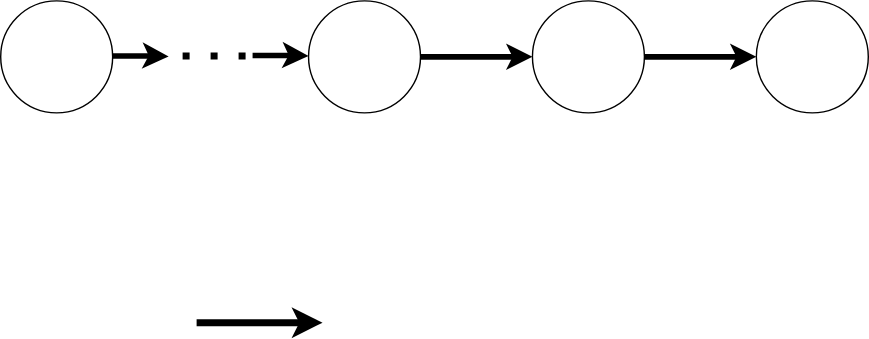
Before: model.svg, a diagram exported from draw.io (qiushirong000/mini_graphic_system). Source tidied: cells renumbered, new cells last; positions are measured from the earlier drawing's top-left corner, leaving out a move shared by most shapes. Source of this version:
```xml
<mxGraphModel>
  <root>
    <mxCell id="0" />
    <mxCell id="1" parent="0" />
    <mxCell id="2" style="edgeStyle=orthogonalEdgeStyle;rounded=0;jettySize=auto;html=1;strokeWidth=4;" parent="1" edge="1" source="3" target="5">
      <mxGeometry relative="1" as="geometry" />
    </mxCell>
    <mxCell id="3" style="ellipse;whiteSpace=wrap;html=1;" parent="1" vertex="1">
      <mxGeometry x="220" width="80" height="80" as="geometry" />
    </mxCell>
    <mxCell id="4" style="edgeStyle=orthogonalEdgeStyle;rounded=0;jettySize=auto;html=1;strokeWidth=4;" parent="1" edge="1" source="5" target="6">
      <mxGeometry relative="1" as="geometry" />
    </mxCell>
    <mxCell id="5" style="ellipse;whiteSpace=wrap;html=1;" parent="1" vertex="1">
      <mxGeometry x="380" width="80" height="80" as="geometry" />
    </mxCell>
    <mxCell id="6" style="ellipse;whiteSpace=wrap;html=1;" parent="1" vertex="1">
      <mxGeometry x="540" width="80" height="80" as="geometry" />
    </mxCell>
    <mxCell id="7" style="edgeStyle=orthogonalEdgeStyle;rounded=0;orthogonalLoop=1;jettySize=auto;html=1;strokeWidth=4;" parent="1" edge="1">
      <mxGeometry relative="1" as="geometry">
        <mxPoint x="180" y="39" as="sourcePoint" />
        <mxPoint x="220" y="39.4" as="targetPoint" />
        <Array as="points">
          <mxPoint x="210" y="39" />
          <mxPoint x="210" y="39" />
        </Array>
      </mxGeometry>
    </mxCell>
    <mxCell id="8" style="edgeStyle=orthogonalEdgeStyle;rounded=0;orthogonalLoop=1;jettySize=auto;html=1;strokeWidth=4;" parent="1" edge="1">
      <mxGeometry relative="1" as="geometry">
        <mxPoint x="80" y="39.4" as="sourcePoint" />
        <mxPoint x="120" y="39.8" as="targetPoint" />
        <Array as="points">
          <mxPoint x="110" y="39.4" />
          <mxPoint x="110" y="39.4" />
        </Array>
      </mxGeometry>
    </mxCell>
    <mxCell id="9" style="ellipse;whiteSpace=wrap;html=1;" parent="1" vertex="1">
      <mxGeometry width="80" height="80" as="geometry" />
    </mxCell>
    <mxCell id="10" style="endArrow=none;dashed=1;html=1;dashPattern=1 3;strokeWidth=5;endSize=7;" parent="1" edge="1">
      <mxGeometry relative="1" as="geometry">
        <mxPoint x="130" y="39.4" as="sourcePoint" />
        <mxPoint x="190" y="39.4" as="targetPoint" />
      </mxGeometry>
    </mxCell>
    <mxCell id="11" style="endArrow=classic;html=1;strokeWidth=5;" parent="1" edge="1">
      <mxGeometry relative="1" as="geometry">
        <mxPoint x="140" y="230" as="sourcePoint" />
        <mxPoint x="230" y="230" as="targetPoint" />
      </mxGeometry>
    </mxCell>
  </root>
</mxGraphModel>
```
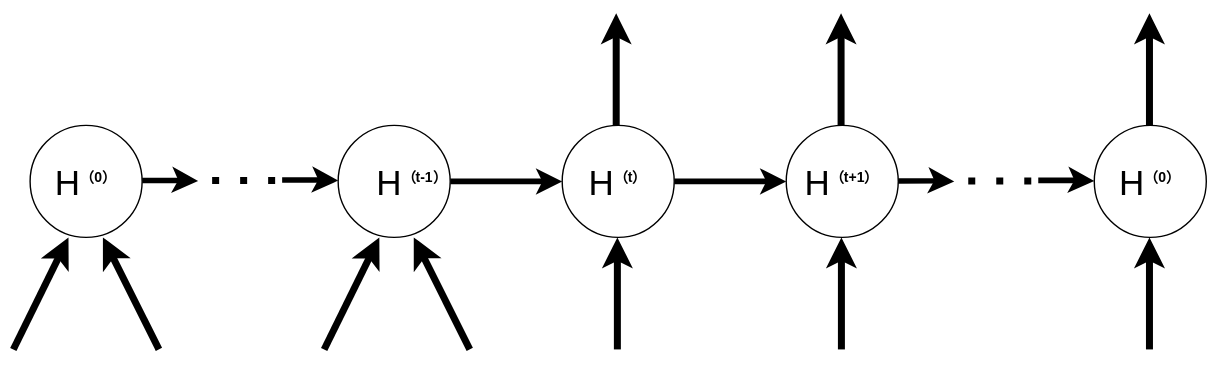
After the commit.

What changed in the source:
```diff
@@ -5,16 +5,16 @@
     <mxCell id="2" style="edgeStyle=orthogonalEdgeStyle;rounded=0;jettySize=auto;html=1;strokeWidth=4;" parent="1" edge="1" source="3" target="5">
       <mxGeometry relative="1" as="geometry" />
     </mxCell>
-    <mxCell id="3" style="ellipse;whiteSpace=wrap;html=1;" parent="1" vertex="1">
+    <mxCell id="3" value="&lt;div&gt;&lt;sub&gt;&lt;font style=&quot;font-size: 25px&quot;&gt;H&lt;/font&gt;&lt;/sub&gt;&lt;font&gt;&lt;b&gt;&lt;sup&gt;（t-1）&lt;/sup&gt;&lt;/b&gt;&lt;/font&gt;&lt;/div&gt;" style="ellipse;whiteSpace=wrap;html=1;align=right;" parent="1" vertex="1">
       <mxGeometry x="220" width="80" height="80" as="geometry" />
     </mxCell>
     <mxCell id="4" style="edgeStyle=orthogonalEdgeStyle;rounded=0;jettySize=auto;html=1;strokeWidth=4;" parent="1" edge="1" source="5" target="6">
       <mxGeometry relative="1" as="geometry" />
     </mxCell>
-    <mxCell id="5" style="ellipse;whiteSpace=wrap;html=1;" parent="1" vertex="1">
+    <mxCell id="5" value="&lt;sub style=&quot;text-align: right&quot;&gt;&lt;font style=&quot;font-size: 25px&quot;&gt;H&lt;/font&gt;&lt;/sub&gt;&lt;font style=&quot;text-align: right&quot;&gt;&lt;b&gt;&lt;sup&gt;（t）&lt;/sup&gt;&lt;/b&gt;&lt;/font&gt;" style="ellipse;whiteSpace=wrap;html=1;" parent="1" vertex="1">
       <mxGeometry x="380" width="80" height="80" as="geometry" />
     </mxCell>
-    <mxCell id="6" style="ellipse;whiteSpace=wrap;html=1;" parent="1" vertex="1">
+    <mxCell id="6" value="&lt;sub style=&quot;text-align: right&quot;&gt;&lt;font style=&quot;font-size: 25px&quot;&gt;H&lt;/font&gt;&lt;/sub&gt;&lt;font style=&quot;text-align: right&quot;&gt;&lt;b&gt;&lt;sup&gt;（t+1）&lt;/sup&gt;&lt;/b&gt;&lt;/font&gt;" style="ellipse;whiteSpace=wrap;html=1;" parent="1" vertex="1">
       <mxGeometry x="540" width="80" height="80" as="geometry" />
     </mxCell>
     <mxCell id="7" style="edgeStyle=orthogonalEdgeStyle;rounded=0;orthogonalLoop=1;jettySize=auto;html=1;strokeWidth=4;" parent="1" edge="1">
@@ -37,7 +37,7 @@
         </Array>
       </mxGeometry>
     </mxCell>
-    <mxCell id="9" style="ellipse;whiteSpace=wrap;html=1;" parent="1" vertex="1">
+    <mxCell id="9" value="&lt;sub style=&quot;text-align: right&quot;&gt;&lt;font style=&quot;font-size: 25px&quot;&gt;H&lt;/font&gt;&lt;/sub&gt;&lt;font style=&quot;text-align: right&quot;&gt;&lt;b&gt;&lt;sup&gt;（0）&lt;/sup&gt;&lt;/b&gt;&lt;/font&gt;" style="ellipse;whiteSpace=wrap;html=1;" parent="1" vertex="1">
       <mxGeometry width="80" height="80" as="geometry" />
     </mxCell>
     <mxCell id="10" style="endArrow=none;dashed=1;html=1;dashPattern=1 3;strokeWidth=5;endSize=7;" parent="1" edge="1">
@@ -48,9 +48,92 @@
     </mxCell>
     <mxCell id="11" style="endArrow=classic;html=1;strokeWidth=5;" parent="1" edge="1">
       <mxGeometry relative="1" as="geometry">
-        <mxPoint x="140" y="230" as="sourcePoint" />
-        <mxPoint x="230" y="230" as="targetPoint" />
+        <mxPoint x="418.6" as="sourcePoint" />
+        <mxPoint x="418.6" y="-80" as="targetPoint" />
       </mxGeometry>
     </mxCell>
+    <mxCell id="12" style="edgeStyle=orthogonalEdgeStyle;rounded=0;orthogonalLoop=1;jettySize=auto;html=1;strokeWidth=4;" parent="1" edge="1">
+      <mxGeometry relative="1" as="geometry">
+        <mxPoint x="720" y="39.3" as="sourcePoint" />
+        <mxPoint x="760" y="39.7" as="targetPoint" />
+        <Array as="points">
+          <mxPoint x="750" y="39.3" />
+          <mxPoint x="750" y="39.3" />
+        </Array>
+      </mxGeometry>
+    </mxCell>
+    <mxCell id="13" style="edgeStyle=orthogonalEdgeStyle;rounded=0;orthogonalLoop=1;jettySize=auto;html=1;strokeWidth=4;" parent="1" edge="1">
+      <mxGeometry relative="1" as="geometry">
+        <mxPoint x="620" y="39.7" as="sourcePoint" />
+        <mxPoint x="660" y="40.1" as="targetPoint" />
+        <Array as="points">
+          <mxPoint x="650" y="39.7" />
+          <mxPoint x="650" y="39.7" />
+        </Array>
+      </mxGeometry>
+    </mxCell>
+    <mxCell id="14" style="endArrow=none;dashed=1;html=1;dashPattern=1 3;strokeWidth=5;endSize=7;" parent="1" edge="1">
+      <mxGeometry relative="1" as="geometry">
+        <mxPoint x="670" y="39.7" as="sourcePoint" />
+        <mxPoint x="730" y="39.7" as="targetPoint" />
+      </mxGeometry>
+    </mxCell>
+    <mxCell id="15" value="&lt;sub style=&quot;text-align: right&quot;&gt;&lt;font style=&quot;font-size: 25px&quot;&gt;H&lt;/font&gt;&lt;/sub&gt;&lt;font style=&quot;text-align: right&quot;&gt;&lt;b&gt;&lt;sup&gt;（0）&lt;/sup&gt;&lt;/b&gt;&lt;/font&gt;" style="ellipse;whiteSpace=wrap;html=1;" parent="1" vertex="1">
+      <mxGeometry x="760" width="80" height="80" as="geometry" />
+    </mxCell>
+    <mxCell id="16" style="endArrow=classic;html=1;strokeWidth=5;" parent="1" edge="1">
+      <mxGeometry relative="1" as="geometry">
+        <mxPoint x="579.2" as="sourcePoint" />
+        <mxPoint x="579.2" y="-80" as="targetPoint" />
+      </mxGeometry>
+    </mxCell>
+    <mxCell id="17" style="endArrow=classic;html=1;strokeWidth=5;" parent="1" edge="1">
+      <mxGeometry relative="1" as="geometry">
+        <mxPoint x="799.4" as="sourcePoint" />
+        <mxPoint x="799.4" y="-80" as="targetPoint" />
+      </mxGeometry>
+    </mxCell>
+    <mxCell id="18" style="endArrow=classic;html=1;strokeWidth=5;" parent="1" edge="1">
+      <mxGeometry relative="1" as="geometry">
+        <mxPoint x="579.4" y="160" as="sourcePoint" />
+        <mxPoint x="579.4" y="80" as="targetPoint" />
+      </mxGeometry>
+    </mxCell>
+    <mxCell id="19" style="endArrow=classic;html=1;strokeWidth=5;" parent="1" edge="1">
+      <mxGeometry relative="1" as="geometry">
+        <mxPoint x="419.4" y="160" as="sourcePoint" />
+        <mxPoint x="419.4" y="80" as="targetPoint" />
+      </mxGeometry>
+    </mxCell>
+    <mxCell id="20" style="endArrow=classic;html=1;strokeWidth=5;" parent="1" edge="1">
+      <mxGeometry relative="1" as="geometry">
+        <mxPoint x="799.4" y="160" as="sourcePoint" />
+        <mxPoint x="799.4" y="80" as="targetPoint" />
+      </mxGeometry>
+    </mxCell>
+    <mxCell id="21" style="endArrow=classic;html=1;strokeWidth=5;" parent="1" edge="1">
+      <mxGeometry relative="1" as="geometry">
+        <mxPoint x="210" y="160" as="sourcePoint" />
+        <mxPoint x="249.4" y="80" as="targetPoint" />
+      </mxGeometry>
+    </mxCell>
+    <mxCell id="22" style="endArrow=classic;html=1;strokeWidth=5;" parent="1" edge="1">
+      <mxGeometry relative="1" as="geometry">
+        <mxPoint x="314" y="160" as="sourcePoint" />
+        <mxPoint x="274" y="80" as="targetPoint" />
+      </mxGeometry>
+    </mxCell>
+    <mxCell id="23" style="endArrow=classic;html=1;strokeWidth=5;" parent="1" edge="1">
+      <mxGeometry relative="1" as="geometry">
+        <mxPoint x="-12" y="160" as="sourcePoint" />
+        <mxPoint x="27.4" y="80" as="targetPoint" />
+      </mxGeometry>
+    </mxCell>
+    <mxCell id="24" style="endArrow=classic;html=1;strokeWidth=5;" parent="1" edge="1">
+      <mxGeometry relative="1" as="geometry">
+        <mxPoint x="92" y="160" as="sourcePoint" />
+        <mxPoint x="52" y="80" as="targetPoint" />
+      </mxGeometry>
+    </mxCell>
   </root>
 </mxGraphModel>
```
